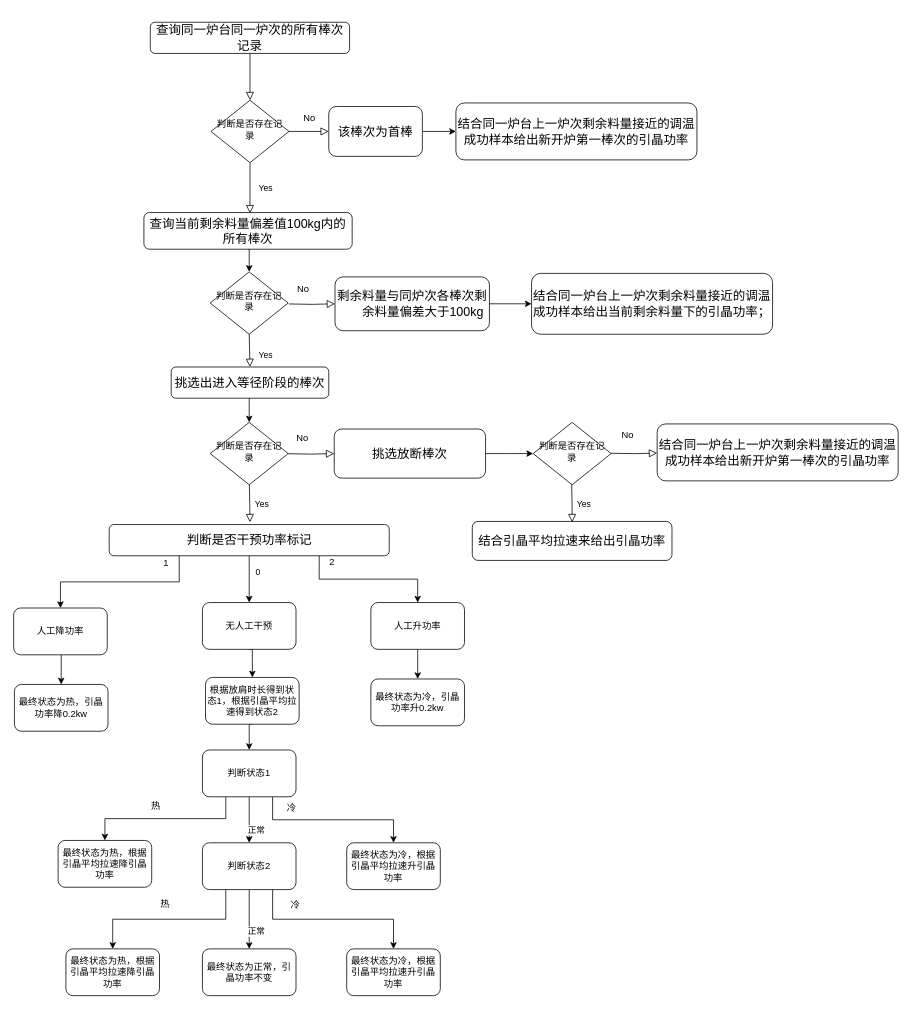
The draw.io diagram 调温结合上一棒次引晶功率的业务规则流程图.drawio in ykchasingwind/2019iFLYTEK_MachineryLife_Baseline, before the edit. Source tidied: cells renumbered, new cells numbered last; positions are measured from the earlier drawing's top-left corner, leaving out a move shared by most shapes. Both pictures are drawn from the tidied source at 78%, with x=0, y=0 at pixel (13, 22).
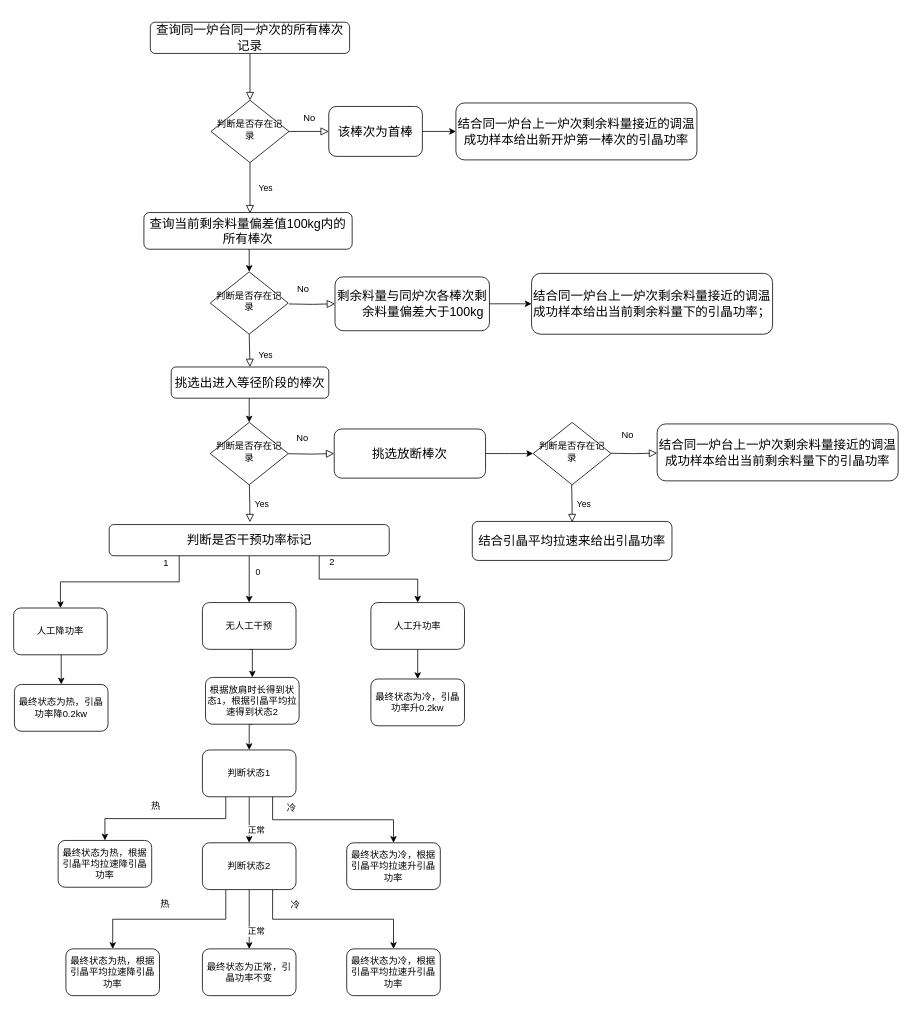
The same page after the edit.

Commit message:
更新调温结合上一棒次引晶功率的业务规则流程图.drawio

Diff of the diagram source:
```diff
@@
-    <mxCell id="69" value="&lt;p style=&quot;&quot; class=&quot;MsoNormal&quot;&gt;&lt;span style=&quot;font-family: 宋体; font-size: 12pt;&quot;&gt;结合同一炉台上一炉次剩余料量接近的调温成功样本给出新开炉第一棒次的引晶功率&lt;/span&gt;&lt;span style=&quot;font-family: 宋体; font-size: 12pt;&quot;&gt;&lt;/span&gt;&lt;/p&gt;" style="rounded=1;whiteSpace=wrap;html=1;fontSize=12;glass=0;strokeWidth=1;shadow=0;" parent="1" vertex="1">
+    <mxCell id="69" value="&lt;p style=&quot;&quot; class=&quot;MsoNormal&quot;&gt;&lt;span style=&quot;font-family: 宋体; font-size: 12pt;&quot;&gt;结合同一炉台上一炉次剩余料量接近的调温成功样本给出&lt;/span&gt;&lt;span style=&quot;font-family: 宋体; font-size: 16px;&quot;&gt;当前剩余料量下&lt;/span&gt;&lt;span style=&quot;font-family: 宋体; font-size: 12pt;&quot;&gt;的引晶功率&lt;/span&gt;&lt;span style=&quot;font-family: 宋体; font-size: 12pt;&quot;&gt;&lt;/span&gt;&lt;/p&gt;" style="rounded=1;whiteSpace=wrap;html=1;fontSize=12;glass=0;strokeWidth=1;shadow=0;" parent="1" vertex="1">
       <mxGeometry x="825" y="515" width="309" height="73" as="geometry" />
     </mxCell>
```
